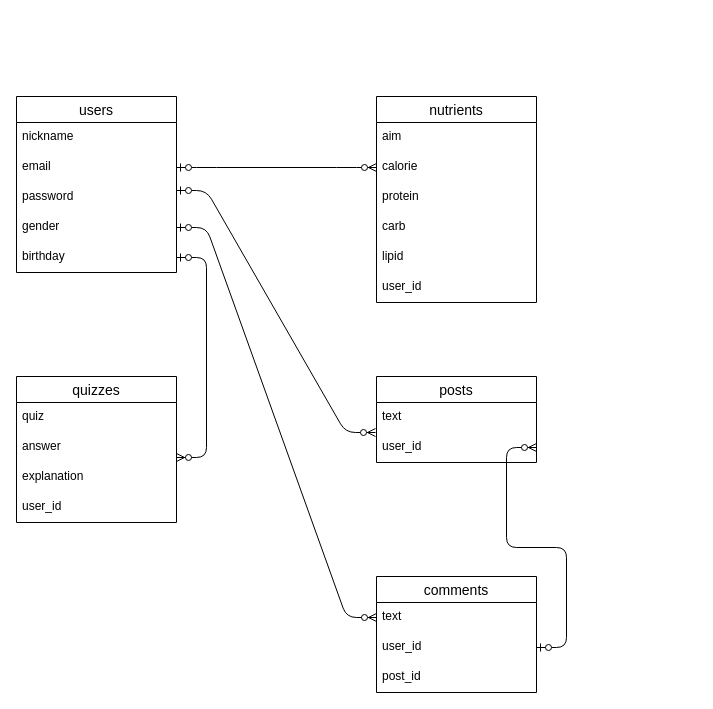
Before: ER.dio in kineeeecchi/original-37109, a draw.io diagram. Source tidied: cells renumbered, new cells numbered last; positions are measured from the earlier drawing's top-left corner, leaving out a move shared by most shapes. Both pictures are drawn from the tidied source at 100%, with x=0, y=0 at pixel (16, 96).
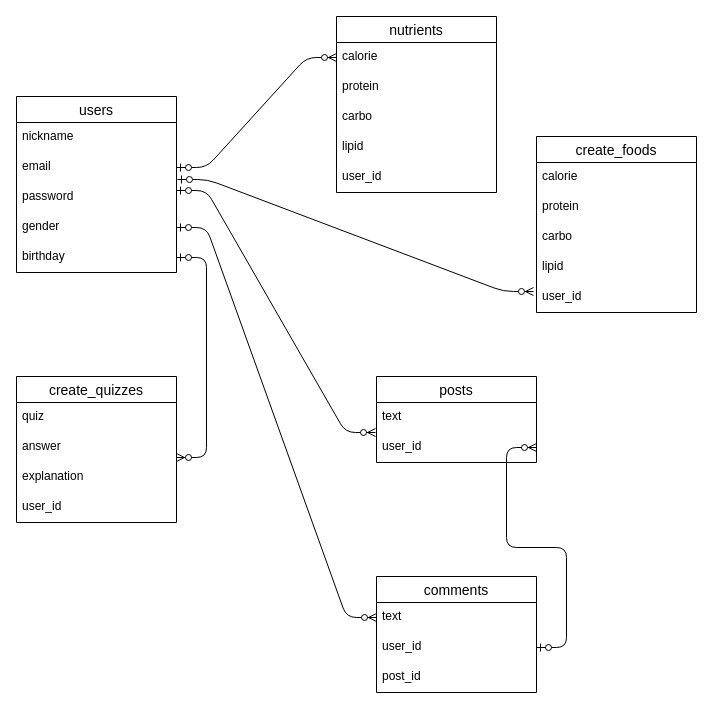
The same diagram, later.

Commit message (it also covers changes not shown here):
READMEとER図の修正

The change refers to these unchanged cells:
```xml
<mxCell id="11" value="email" style="text;strokeColor=none;fillColor=none;spacingLeft=4;spacingRight=4;overflow=hidden;points=[[0,0.5],[1,0.5]];portConstraint=eastwest;fontSize=12;" parent="9" vertex="1">
  <mxGeometry y="56" width="160" height="30" as="geometry" />
</mxCell>
```

The edit, as a diff of the source:
```diff
@@
     <mxCell id="2" value="nutrients" style="swimlane;fontStyle=0;horizontal=1;startSize=26;align=center;fontSize=14;" parent="1" vertex="1">
-      <mxGeometry x="360" width="160" height="206" as="geometry" />
+      <mxGeometry x="320" y="-80" width="160" height="176" as="geometry" />
     </mxCell>
-    <mxCell id="3" value="aim" style="text;strokeColor=none;fillColor=none;spacingLeft=4;spacingRight=4;overflow=hidden;fontSize=12;" parent="2" vertex="1">
-      <mxGeometry y="26" width="160" height="30" as="geometry" />
-    </mxCell>
     <mxCell id="4" value="calorie" style="text;strokeColor=none;fillColor=none;spacingLeft=4;spacingRight=4;overflow=hidden;points=[[0,0.5],[1,0.5]];portConstraint=eastwest;fontSize=12;" parent="2" vertex="1">
-      <mxGeometry y="56" width="160" height="30" as="geometry" />
+      <mxGeometry y="26" width="160" height="30" as="geometry" />
     </mxCell>
     <mxCell id="5" value="protein" style="text;strokeColor=none;fillColor=none;spacingLeft=4;spacingRight=4;overflow=hidden;fontSize=12;" parent="2" vertex="1">
-      <mxGeometry y="86" width="160" height="30" as="geometry" />
+      <mxGeometry y="56" width="160" height="30" as="geometry" />
     </mxCell>
-    <mxCell id="6" value="carb" style="text;strokeColor=none;fillColor=none;spacingLeft=4;spacingRight=4;overflow=hidden;fontSize=12;" parent="2" vertex="1">
-      <mxGeometry y="116" width="160" height="30" as="geometry" />
+    <mxCell id="6" value="carbo" style="text;strokeColor=none;fillColor=none;spacingLeft=4;spacingRight=4;overflow=hidden;fontSize=12;" parent="2" vertex="1">
+      <mxGeometry y="86" width="160" height="30" as="geometry" />
     </mxCell>
     <mxCell id="7" value="lipid" style="text;strokeColor=none;fillColor=none;spacingLeft=4;spacingRight=4;overflow=hidden;fontSize=12;" parent="2" vertex="1">
-      <mxGeometry y="146" width="160" height="30" as="geometry" />
+      <mxGeometry y="116" width="160" height="30" as="geometry" />
     </mxCell>
     <mxCell id="8" value="user_id" style="text;strokeColor=none;fillColor=none;spacingLeft=4;spacingRight=4;overflow=hidden;fontSize=12;" parent="2" vertex="1">
-      <mxGeometry y="176" width="160" height="30" as="geometry" />
+      <mxGeometry y="146" width="160" height="30" as="geometry" />
     </mxCell>
@@
-    <mxCell id="15" value="quizzes" style="swimlane;fontStyle=0;horizontal=1;startSize=26;align=center;fontSize=14;" parent="1" vertex="1">
+    <mxCell id="15" value="create_quizzes" style="swimlane;fontStyle=0;horizontal=1;startSize=26;align=center;fontSize=14;" parent="1" vertex="1">
       <mxGeometry y="280" width="160" height="146" as="geometry" />
     </mxCell>
@@
+    <mxCell id="32" value="create_foods" style="swimlane;fontStyle=0;horizontal=1;startSize=26;align=center;fontSize=14;" parent="1" vertex="1">
+      <mxGeometry x="520" y="40" width="160" height="176" as="geometry" />
+    </mxCell>
+    <mxCell id="33" value="calorie" style="text;strokeColor=none;fillColor=none;spacingLeft=4;spacingRight=4;overflow=hidden;fontSize=12;" parent="32" vertex="1">
+      <mxGeometry y="26" width="160" height="30" as="geometry" />
+    </mxCell>
+    <mxCell id="34" value="protein" style="text;strokeColor=none;fillColor=none;spacingLeft=4;spacingRight=4;overflow=hidden;fontSize=12;" parent="32" vertex="1">
+      <mxGeometry y="56" width="160" height="30" as="geometry" />
+    </mxCell>
+    <mxCell id="35" value="carbo" style="text;strokeColor=none;fillColor=none;spacingLeft=4;spacingRight=4;overflow=hidden;fontSize=12;" parent="32" vertex="1">
+      <mxGeometry y="86" width="160" height="30" as="geometry" />
+    </mxCell>
+    <mxCell id="36" value="lipid" style="text;strokeColor=none;fillColor=none;spacingLeft=4;spacingRight=4;overflow=hidden;fontSize=12;" parent="32" vertex="1">
+      <mxGeometry y="116" width="160" height="30" as="geometry" />
+    </mxCell>
+    <mxCell id="37" value="user_id" style="text;strokeColor=none;fillColor=none;spacingLeft=4;spacingRight=4;overflow=hidden;points=[[0,0.5],[1,0.5]];portConstraint=eastwest;fontSize=12;" parent="32" vertex="1">
+      <mxGeometry y="146" width="160" height="30" as="geometry" />
+    </mxCell>
+    <mxCell id="38" style="edgeStyle=entityRelationEdgeStyle;fontSize=12;html=1;endArrow=ERzeroToMany;startArrow=ERzeroToOne;exitX=1.006;exitY=0.9;exitDx=0;exitDy=0;entryX=-0.019;entryY=0.3;entryDx=0;entryDy=0;entryPerimeter=0;exitPerimeter=0;" parent="1" edge="1" source="11" target="37">
+      <mxGeometry relative="1" as="geometry" />
+    </mxCell>
```
